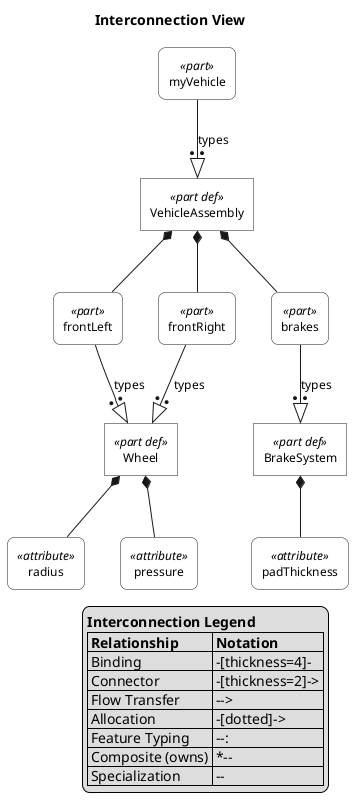
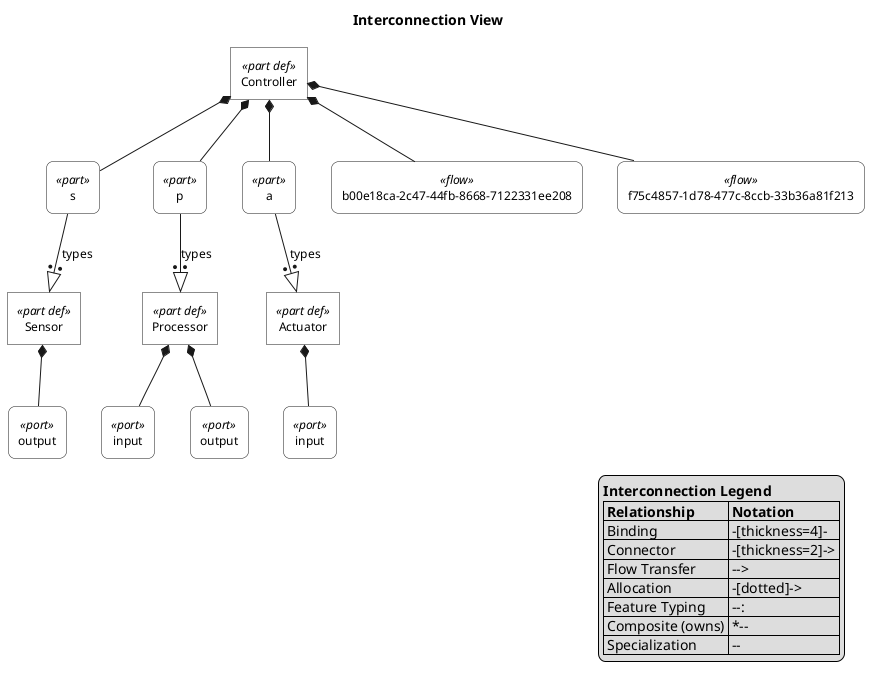
- '' Interconnection Diagram
- '' Focus on connectors, bindings, and flow paths between ports.
@startuml

skinparam monochrome true
skinparam wrapWidth 300
skinparam defaultFontSize 12
skinparam defaultFontName Helvetica

skinparam rectangle<<part def>> {
    RoundCorner 0
    BackgroundColor white
}
skinparam rectangle<<part>> {
    RoundCorner 15
    BackgroundColor white
}
skinparam rectangle<<port def>> {
    RoundCorner 0
    BackgroundColor white
}
skinparam rectangle<<port>> {
    RoundCorner 15
    BackgroundColor white
}
skinparam rectangle<<interface def>> {
    RoundCorner 0
    BackgroundColor white
}
skinparam rectangle<<interface>> {
    RoundCorner 15
    BackgroundColor white
}
skinparam rectangle<<item def>> {
    RoundCorner 0
    BackgroundColor white
}
skinparam rectangle<<item>> {
    RoundCorner 15
    BackgroundColor white
}
skinparam rectangle<<attribute def>> {
    RoundCorner 0
    BackgroundColor white
}
skinparam rectangle<<attribute>> {
    RoundCorner 15
    BackgroundColor white
}
skinparam rectangle<<connection def>> {
    RoundCorner 0
    BackgroundColor white
}
skinparam rectangle<<connection>> {
    RoundCorner 15
    BackgroundColor white
}
skinparam rectangle<<flow def>> {
    RoundCorner 0
    BackgroundColor white
}
skinparam rectangle<<flow>> {
    RoundCorner 15
    BackgroundColor white
}

top to bottom direction

title Interconnection View

hide circle

- rectangle "Wheel" as E1 <<part def>>
- rectangle "radius" as E2 <<attribute>>
- rectangle "pressure" as E3 <<attribute>>
- rectangle "BrakeSystem" as E4 <<part def>>
- rectangle "padThickness" as E5 <<attribute>>
- rectangle "VehicleAssembly" as E6 <<part def>>
- rectangle "frontLeft" as E7 <<part>>
- rectangle "frontRight" as E8 <<part>>
- rectangle "brakes" as E9 <<part>>
- rectangle "myVehicle" as E10 <<part>>
+ rectangle "Sensor" as E1 <<part def>>
+ rectangle "output" as E2 <<port>>
+ rectangle "Processor" as E3 <<part def>>
+ rectangle "input" as E4 <<port>>
+ rectangle "output" as E5 <<port>>
+ rectangle "Actuator" as E6 <<part def>>
+ rectangle "input" as E7 <<port>>
+ rectangle "Controller" as E8 <<part def>>
+ rectangle "s" as E9 <<part>>
+ rectangle "p" as E10 <<part>>
+ rectangle "a" as E11 <<part>>
+ rectangle "b00e18ca-2c47-44fb-8668-7122331ee208" as E12 <<flow>>
+ rectangle "f75c4857-1d78-477c-8ccb-33b36a81f213" as E13 <<flow>>

E1 *-- E2
- E1 *-- E3
- E4 *-- E5
+ E3 *-- E4
+ E3 *-- E5
E6 *-- E7
- E7 --:|> E1 : types
- E6 *-- E8
- E8 --:|> E1 : types
- E6 *-- E9
- E9 --:|> E4 : types
- E10 --:|> E6 : types
+ E8 *-- E9
+ E9 --:|> E1 : types
+ E8 *-- E10
+ E10 --:|> E3 : types
+ E8 *-- E11
+ E11 --:|> E6 : types
+ E8 *-- E12
+ E8 *-- E13


legend right
  <b>Interconnection Legend</b>
  |= Relationship |= Notation |
  | Binding | -[thickness=4]- |
  | Connector | -[thickness=2]-> |
  | Flow Transfer | --> |
  | Allocation | -[dotted]-> |
  | Feature Typing | --:|> |
  | Composite (owns) | *-- |
  | Specialization | --|> |
endlegend

@enduml